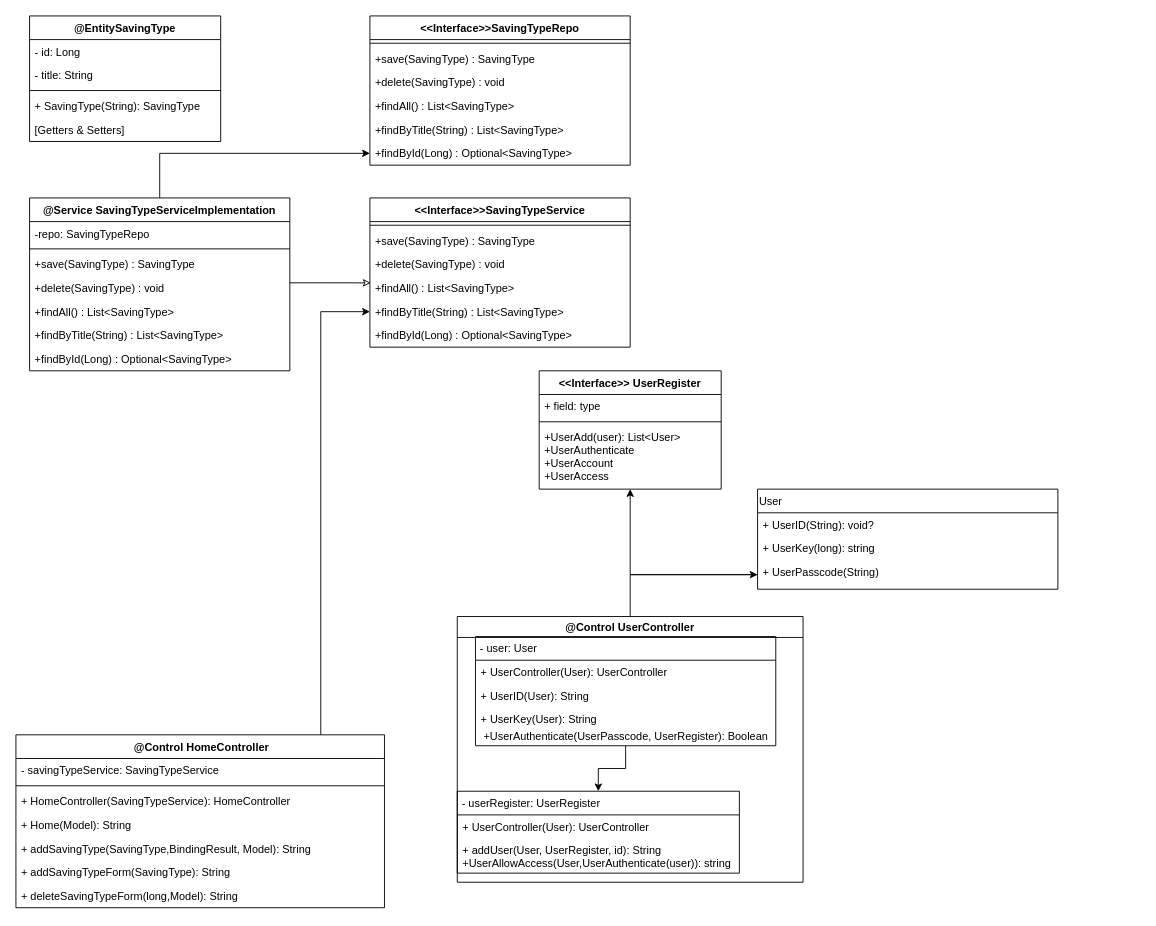
This is UMLClassDiagram.drawio from THWinther/HugbunadarVerkfni1-Hopur27-BaraSpara, a draw.io file, before an edit. Source tidied: cells renumbered, new cells numbered last; positions are measured from the earlier drawing's top-left corner, leaving out a move shared by most shapes. Both pictures are drawn from the tidied source at 91%, with x=0, y=0 at pixel (15, 15).
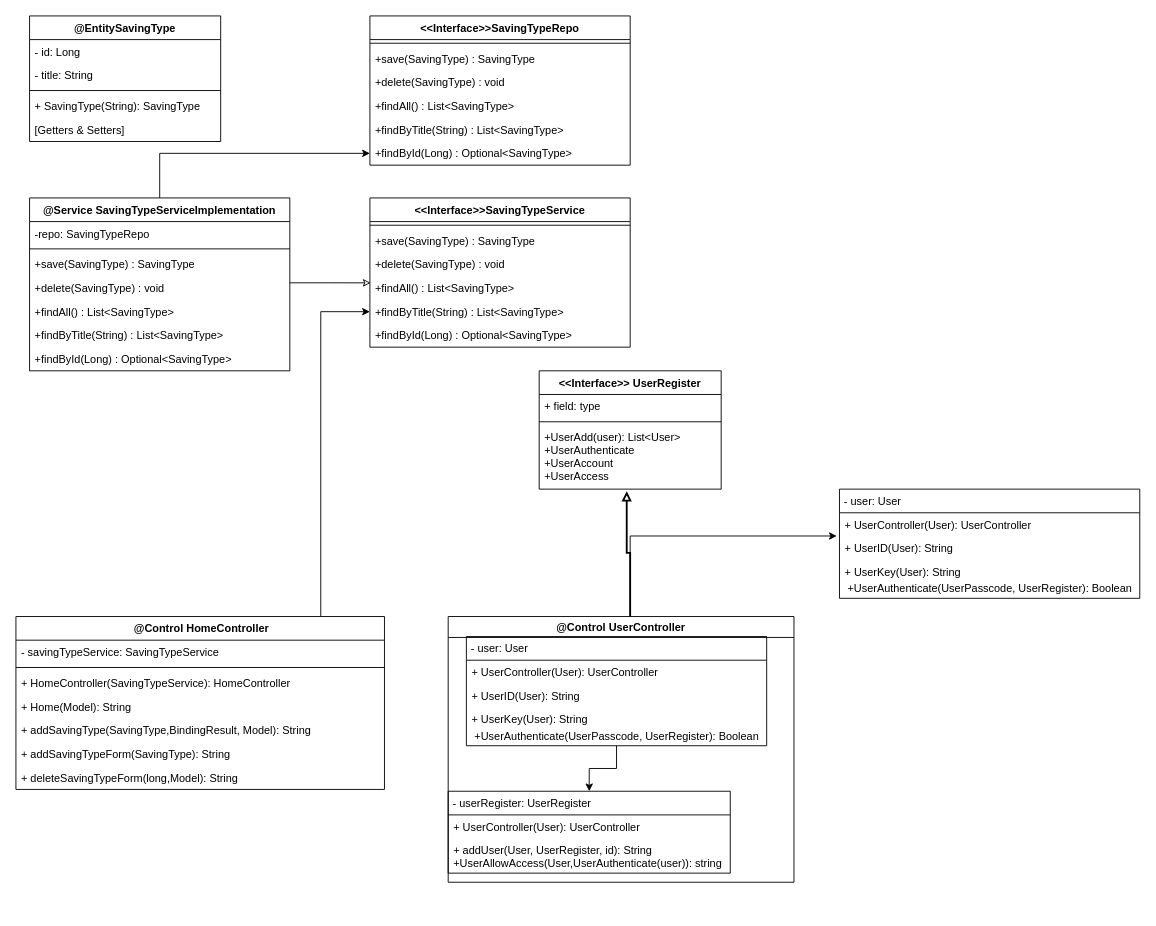
Above is the later version.

The change refers to these unchanged cells:
```xml
<mxCell id="41" value="&lt;&lt;Interface&gt;&gt; UserRegister" style="swimlane;fontStyle=1;align=center;verticalAlign=top;horizontal=1;startSize=26;" parent="1" vertex="1">
  <mxGeometry x="575" y="390" width="200" height="130" as="geometry" />
</mxCell>
<mxCell id="44" value="+UserAdd(user): List&lt;User&gt;&#10;+UserAuthenticate&#10;+UserAccount&#10;+UserAccess" style="text;strokeColor=none;fillColor=none;align=left;verticalAlign=top;spacingLeft=4;spacingRight=4;overflow=hidden;points=[[0,0.5],[1,0.5]];portConstraint=eastwest;" parent="41" vertex="1">
  <mxGeometry y="60" width="200" height="70" as="geometry" />
</mxCell>
```

Diff of the diagram source:
```diff
@@
     <mxCell id="3" value=" @Control HomeController" style="swimlane;fontStyle=1;align=center;verticalAlign=top;horizontal=1;startSize=26;" parent="1" vertex="1">
-      <mxGeometry y="790" width="405" height="190" as="geometry" />
+      <mxGeometry y="660" width="405" height="190" as="geometry" />
     </mxCell>
@@
-    <mxCell id="45" value="User" style="swimlane;fontStyle=0;horizontal=1;startSize=26;fillColor=none;align=left;" parent="1" vertex="1">
-      <mxGeometry x="815" y="520" width="330" height="110" as="geometry" />
-    </mxCell>
-    <mxCell id="46" value="+ UserID(String): void?" style="text;strokeColor=none;fillColor=none;align=left;verticalAlign=top;spacingLeft=4;spacingRight=4;overflow=hidden;" parent="45" vertex="1">
-      <mxGeometry y="26" width="330" height="26" as="geometry" />
-    </mxCell>
-    <mxCell id="47" value="+ UserKey(long): string&#10;" style="text;strokeColor=none;fillColor=none;align=left;verticalAlign=top;spacingLeft=4;spacingRight=4;overflow=hidden;" parent="45" vertex="1">
-      <mxGeometry y="52" width="330" height="26" as="geometry" />
-    </mxCell>
-    <mxCell id="48" value="+ UserPasscode(String)" style="text;strokeColor=none;fillColor=none;align=left;verticalAlign=top;spacingLeft=4;spacingRight=4;overflow=hidden;points=[[0,0.5],[1,0.5]];portConstraint=eastwest;" parent="45" vertex="1">
-      <mxGeometry y="78" width="330" height="32" as="geometry" />
-    </mxCell>
-    <mxCell id="49" style="edgeStyle=orthogonalEdgeStyle;rounded=0;jettySize=auto;html=1;" parent="1" edge="1" source="50" target="48">
-      <mxGeometry relative="1" as="geometry" />
-    </mxCell>
+    <mxCell id="61" style="edgeStyle=orthogonalEdgeStyle;rounded=0;jettySize=auto;html=1;entryX=0.481;entryY=1.033;entryDx=0;entryDy=0;entryPerimeter=0;endArrow=block;endFill=0;strokeWidth=2;" parent="1" edge="1" source="50" target="44">
+      <mxGeometry relative="1" as="geometry">
+        <Array as="points">
+          <mxPoint x="675" y="590" />
+          <mxPoint x="671" y="590" />
+        </Array>
+      </mxGeometry>
+    </mxCell>
+    <mxCell id="62" style="edgeStyle=orthogonalEdgeStyle;rounded=0;jettySize=auto;html=1;entryX=-0.009;entryY=0.981;entryDx=0;entryDy=0;entryPerimeter=0;" parent="1" edge="1" source="50" target="64">
+      <mxGeometry relative="1" as="geometry">
+        <Array as="points">
+          <mxPoint x="675" y="572" />
+          <mxPoint x="902" y="572" />
+        </Array>
+      </mxGeometry>
+    </mxCell>
     <mxCell id="50" value="@Control UserController" style="swimlane;" parent="1" vertex="1">
-      <mxGeometry x="485" y="660" width="380" height="292" as="geometry" />
+      <mxGeometry x="475" y="660" width="380" height="292" as="geometry" />
     </mxCell>
@@
-    <mxCell id="60" style="edgeStyle=orthogonalEdgeStyle;rounded=0;jettySize=auto;html=1;" parent="1" edge="1" source="48" target="41">
-      <mxGeometry relative="1" as="geometry" />
-    </mxCell>
+    <mxCell id="63" value=" - user: User" style="swimlane;fontStyle=0;horizontal=1;startSize=26;fillColor=none;align=left;" parent="1" vertex="1">
+      <mxGeometry x="905" y="520" width="330" height="120" as="geometry" />
+    </mxCell>
+    <mxCell id="64" value="+ UserController(User): UserController" style="text;strokeColor=none;fillColor=none;align=left;verticalAlign=top;spacingLeft=4;spacingRight=4;overflow=hidden;points=[[0,0.5],[1,0.5]];portConstraint=eastwest;" parent="63" vertex="1">
+      <mxGeometry y="26" width="330" height="26" as="geometry" />
+    </mxCell>
+    <mxCell id="65" value="+ UserID(User): String" style="text;strokeColor=none;fillColor=none;align=left;verticalAlign=top;spacingLeft=4;spacingRight=4;overflow=hidden;" parent="63" vertex="1">
+      <mxGeometry y="52" width="330" height="26" as="geometry" />
+    </mxCell>
+    <mxCell id="66" value="+ UserKey(User): String&#10;" style="text;strokeColor=none;fillColor=none;align=left;verticalAlign=top;spacingLeft=4;spacingRight=4;overflow=hidden;" parent="63" vertex="1">
+      <mxGeometry y="78" width="330" height="22" as="geometry" />
+    </mxCell>
+    <mxCell id="67" value="+UserAuthenticate(UserPasscode, UserRegister): Boolean" style="text;html=1;align=center;verticalAlign=middle;" parent="63" vertex="1">
+      <mxGeometry y="100" width="330" height="20" as="geometry" />
+    </mxCell>
```
